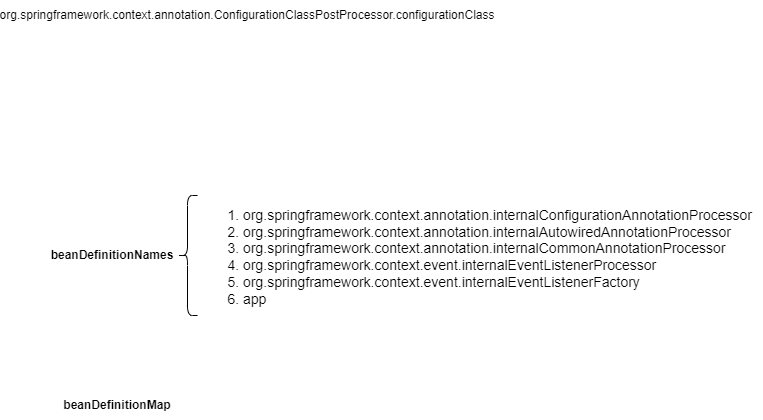
wjb0823/drawio keeps this draw.io diagram as Spring/Spring源码分析.png. Above is the earlier version. Source tidied: cells renumbered, new cells last; positions are measured from the earlier drawing's top-left corner, leaving out a move shared by most shapes.
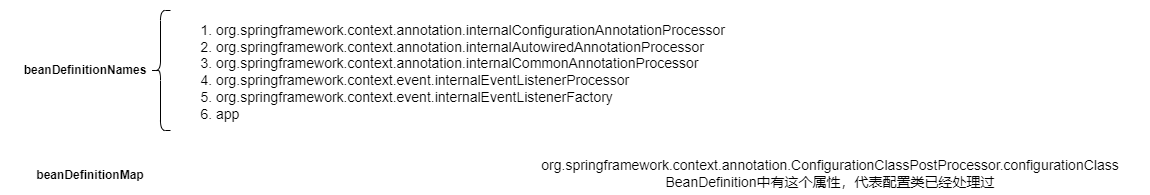
Later version of the same file.

Commit message:
更新Spring源码分析.png

What changed in the source:
```diff
@@ -6,7 +6,7 @@
       <mxGeometry y="240" width="170" height="30" as="geometry" />
     </mxCell>
     <mxCell id="3" value="&lt;b&gt;beanDefinitionMap&lt;/b&gt;" style="text;html=1;strokeColor=none;fillColor=none;align=center;verticalAlign=middle;whiteSpace=wrap;rounded=0;" parent="1" vertex="1">
-      <mxGeometry x="5" y="390" width="170" height="30" as="geometry" />
+      <mxGeometry x="5" y="345" width="170" height="30" as="geometry" />
     </mxCell>
     <mxCell id="4" style="shape=curlyBracket;whiteSpace=wrap;html=1;rounded=1;labelPosition=left;verticalLabelPosition=middle;align=right;verticalAlign=middle;" parent="1" vertex="1">
       <mxGeometry x="150" y="195" width="20" height="120" as="geometry" />
@@ -14,8 +14,8 @@
     <mxCell id="5" value="&lt;div style=&quot;font-size: 14px;&quot;&gt;&lt;ol style=&quot;&quot;&gt;&lt;li style=&quot;text-align: left;&quot;&gt;&lt;font style=&quot;font-size: 14px;&quot;&gt;org.springframework.context.annotation.internalConfigurationAnnotationProcessor&lt;/font&gt;&lt;/li&gt;&lt;li style=&quot;text-align: left;&quot;&gt;&lt;font style=&quot;font-size: 14px;&quot;&gt;org.springframework.context.annotation.internalAutowiredAnnotationProcessor&lt;/font&gt;&lt;/li&gt;&lt;li style=&quot;text-align: left;&quot;&gt;&lt;font style=&quot;font-size: 14px;&quot;&gt;org.springframework.context.annotation.internalCommonAnnotationProcessor&lt;/font&gt;&lt;/li&gt;&lt;li style=&quot;text-align: left;&quot;&gt;&lt;font style=&quot;font-size: 14px;&quot;&gt;org.springframework.context.event.internalEventListenerProcessor&lt;/font&gt;&lt;/li&gt;&lt;li style=&quot;text-align: left;&quot;&gt;&lt;font style=&quot;font-size: 14px;&quot;&gt;org.springframework.context.event.internalEventListenerFactory&lt;/font&gt;&lt;/li&gt;&lt;li style=&quot;text-align: left;&quot;&gt;&lt;font style=&quot;font-size: 14px;&quot;&gt;app&lt;/font&gt;&lt;/li&gt;&lt;/ol&gt;&lt;/div&gt;&lt;div style=&quot;font-size: 14px;&quot;&gt;&lt;br&gt;&lt;/div&gt;" style="text;html=1;align=center;verticalAlign=middle;strokeColor=none;fillColor=none;strokeWidth=1;" parent="1" vertex="1">
       <mxGeometry x="165" y="185" width="570" height="160" as="geometry" />
     </mxCell>
-    <mxCell id="6" value="org.springframework.context.annotation.ConfigurationClassPostProcessor.configurationClass" style="text;html=1;strokeColor=none;fillColor=none;align=center;verticalAlign=middle;whiteSpace=wrap;rounded=0;" parent="1" vertex="1">
-      <mxGeometry x="190" width="60" height="30" as="geometry" />
+    <mxCell id="6" value="&lt;font style=&quot;font-size: 14px;&quot;&gt;org.springframework.context.annotation.ConfigurationClassPostProcessor.configurationClass&lt;br&gt;BeanDefinition中有这个属性，代表配置类已经处理过&lt;/font&gt;" style="text;html=1;strokeColor=none;fillColor=none;align=center;verticalAlign=middle;whiteSpace=wrap;rounded=0;" parent="1" vertex="1">
+      <mxGeometry x="510" y="335" width="640" height="45" as="geometry" />
     </mxCell>
   </root>
 </mxGraphModel>
```
